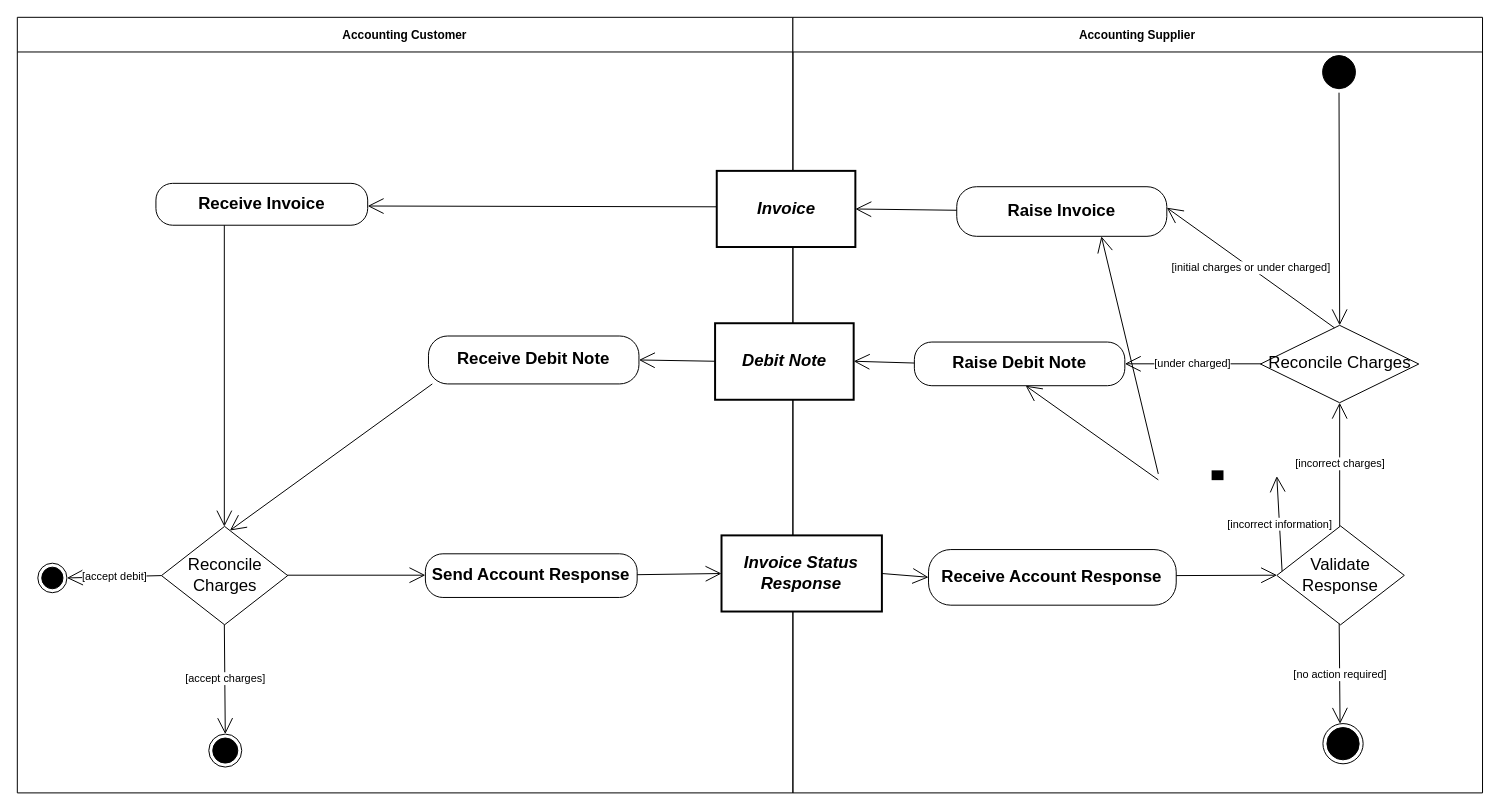
Above: diagrams/UBL-2.5-BillingwithDebitNoteProcess/UBL-2.5-BillingwithDebitNoteProcess.drawio in kduvekot/ubl-work-on-svg-images (draw.io), before the change. Source tidied: cells renumbered, new cells numbered last; positions are measured from the earlier drawing's top-left corner, leaving out a move shared by most shapes. Both pictures are drawn from the tidied source at 99%, with x=0, y=0 at pixel (17, 17).
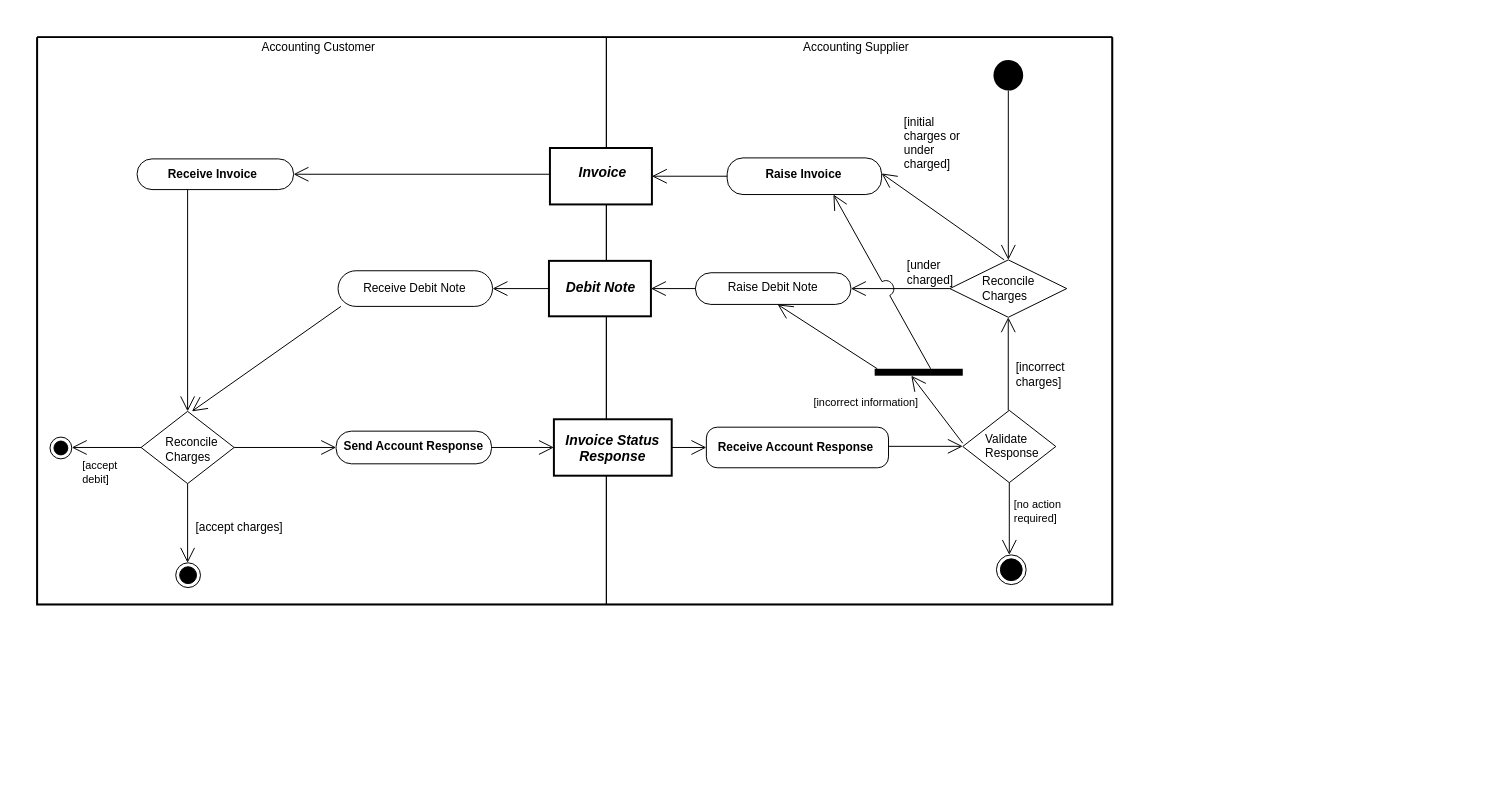
After the change.

What changed in the source:
```diff
@@
+    <mxCell id="41" style="swimlane;html=1;startSize=0;whiteSpace=wrap;fillColor=none;strokeWidth=2;" parent="1" vertex="1">
+      <mxGeometry x="20" y="20" width="1086" height="573" as="geometry" />
+    </mxCell>
-    <mxCell id="2" value="Accounting Customer" style="swimlane;whiteSpace=wrap;html=1;startSize=35;" parent="1" vertex="1">
-      <mxGeometry width="783.4" height="783.4" as="geometry" />
+    <mxCell id="2" value="Accounting Customer" style="swimlane;horizontal=1;startSize=21;swimlaneLine=0;html=1;fillColor=none;fontSize=12;fontStyle=0;spacing=0;spacingRight=7;" parent="41" vertex="1">
+      <mxGeometry width="575" height="573" as="geometry" />
     </mxCell>
-    <mxCell id="3" value="Accounting Supplier" style="swimlane;whiteSpace=wrap;html=1;startSize=35;" parent="1" vertex="1">
-      <mxGeometry x="783.4" width="696.6" height="783.4" as="geometry" />
+    <mxCell id="3" value="Accounting Supplier" style="swimlane;horizontal=1;startSize=21;swimlaneLine=0;html=1;fillColor=none;fontSize=12;fontStyle=0;spacing=0;spacingRight=7;" parent="41" vertex="1">
+      <mxGeometry x="575" width="511" height="573" as="geometry" />
     </mxCell>
-    <mxCell id="4" style="ellipse;html=1;shape=startState;fillColor=#000000;strokeColor=#000000;fontFamily=Helvetica;fontSize=17;" parent="1" vertex="1">
-      <mxGeometry x="1314.5" y="34.6" width="41.1" height="41.5" as="geometry" />
+    <mxCell id="4" style="ellipse;shape=startState;fillColor=#000000;strokeColor=none;html=1;" parent="3" vertex="1">
+      <mxGeometry x="387" y="19" width="38" height="39" as="geometry" />
     </mxCell>
-    <mxCell id="5" value="Invoice" style="rounded=0;whiteSpace=wrap;html=1;fontStyle=3;strokeWidth=2;fontFamily=Helvetica;fontSize=17;" parent="1" vertex="1">
-      <mxGeometry x="706.5" y="155.1" width="140" height="76.9" as="geometry" />
+    <mxCell id="5" value="Invoice" style="rounded=0;html=1;whiteSpace=nowrap;fontSize=14;fontStyle=3;align=center;verticalAlign=middle;spacing=0;spacingLeft=2;spacingBottom=7;strokeWidth=2;" parent="3" vertex="1">
+      <mxGeometry x="-57" y="112" width="103" height="57" as="geometry" />
     </mxCell>
-    <mxCell id="6" value="Receive Invoice" style="rounded=1;arcSize=40;whiteSpace=wrap;html=1;fontStyle=1;fontFamily=Helvetica;fontSize=17;" parent="1" vertex="1">
-      <mxGeometry x="140" y="167.7" width="213.9" height="42.3" as="geometry" />
+    <mxCell id="6" value="Receive Invoice" style="rounded=1;absoluteArcSize=1;arcSize=30;html=1;whiteSpace=nowrap;fontSize=12;fontStyle=1;align=center;verticalAlign=middle;spacing=0;spacingRight=6;spacingTop=1;" parent="2" vertex="1">
+      <mxGeometry x="101" y="123" width="158" height="31" as="geometry" />
     </mxCell>
-    <mxCell id="7" value="Raise Invoice" style="rounded=1;arcSize=40;whiteSpace=wrap;html=1;fontStyle=1;fontFamily=Helvetica;fontSize=17;" parent="1" vertex="1">
-      <mxGeometry x="948.9" y="171.1" width="212.2" height="50.1" as="geometry" />
+    <mxCell id="7" value="Raise Invoice" style="rounded=1;absoluteArcSize=1;arcSize=32;html=1;whiteSpace=nowrap;fontSize=12;fontStyle=1;align=center;verticalAlign=middle;spacing=0;spacingRight=3;spacingBottom=4;" parent="3" vertex="1">
+      <mxGeometry x="122" y="122" width="156" height="37" as="geometry" />
     </mxCell>
-    <mxCell id="8" value="Debit Note" style="rounded=0;whiteSpace=wrap;html=1;fontStyle=3;strokeWidth=2;fontFamily=Helvetica;fontSize=17;" parent="1" vertex="1">
-      <mxGeometry x="704.8" y="309" width="140" height="77.3" as="geometry" />
+    <mxCell id="8" value="Debit Note" style="rounded=0;html=1;whiteSpace=nowrap;fontSize=14;fontStyle=3;align=center;verticalAlign=middle;spacing=0;spacingLeft=1;spacingBottom=3;strokeWidth=2;" parent="3" vertex="1">
+      <mxGeometry x="-58" y="226" width="103" height="56" as="geometry" />
     </mxCell>
-    <mxCell id="9" value="Reconcile Charges" style="rhombus;whiteSpace=wrap;html=1;fontFamily=Helvetica;fontSize=17;" parent="1" vertex="1">
-      <mxGeometry x="1255.7" y="311.1" width="159.9" height="78.2" as="geometry" />
+    <mxCell id="9" value="Reconcile&lt;br&gt;Charges" style="rhombus;html=1;whiteSpace=nowrap;fontSize=12;fontStyle=0;align=left;verticalAlign=middle;spacing=0;spacingLeft=33;" parent="3" vertex="1">
+      <mxGeometry x="347" y="225" width="118" height="58" as="geometry" />
     </mxCell>
-    <mxCell id="10" value="Receive Debit Note" style="rounded=1;arcSize=40;whiteSpace=wrap;html=1;fontStyle=1;fontFamily=Helvetica;fontSize=17;" parent="1" vertex="1">
-      <mxGeometry x="415.3" y="321.9" width="212.6" height="48.4" as="geometry" />
+    <mxCell id="10" value="Receive Debit Note" style="rounded=1;absoluteArcSize=1;arcSize=36;html=1;whiteSpace=nowrap;fontSize=12;fontStyle=0;align=center;verticalAlign=middle;spacing=0;spacingRight=2;spacingBottom=1;" parent="2" vertex="1">
+      <mxGeometry x="304" y="236" width="156" height="36" as="geometry" />
     </mxCell>
-    <mxCell id="11" value="Raise Debit Note" style="rounded=1;arcSize=40;whiteSpace=wrap;html=1;fontStyle=1;fontFamily=Helvetica;fontSize=17;" parent="1" vertex="1">
-      <mxGeometry x="906.1" y="328" width="212.6" height="44.1" as="geometry" />
+    <mxCell id="11" value="Raise Debit Note" style="rounded=1;absoluteArcSize=1;arcSize=31;html=1;whiteSpace=nowrap;fontSize=12;fontStyle=0;align=center;verticalAlign=middle;spacing=0;spacingRight=1;spacingBottom=2;" parent="3" vertex="1">
+      <mxGeometry x="90" y="238" width="157" height="32" as="geometry" />
     </mxCell>
-    <mxCell id="12" style="html=1;shape=line;direction=north;strokeWidth=12;fontFamily=Helvetica;fontSize=17;" parent="1" vertex="1">
-      <mxGeometry x="1152.5" y="457.6" width="119.7" height="9.9" as="geometry" />
+    <mxCell id="12" style="html=1;points=[[0.0295,0],[0.4154,1],[0.6356,0]];perimeter=orthogonalPerimeter;fillColor=#000000;strokeColor=none;" parent="3" vertex="1">
+      <mxGeometry x="271" y="335" width="89" height="7" as="geometry" />
     </mxCell>
-    <mxCell id="13" value="Validate Response" style="rhombus;whiteSpace=wrap;html=1;fontFamily=Helvetica;fontSize=17;" parent="1" vertex="1">
-      <mxGeometry x="1272.2" y="513.8" width="128.8" height="99.8" as="geometry" />
+    <mxCell id="13" value="Validate&lt;br&gt;Response" style="rhombus;html=1;whiteSpace=nowrap;fontSize=12;fontStyle=0;align=left;verticalAlign=middle;spacing=0;spacingLeft=23;spacingBottom=2;" parent="3" vertex="1">
+      <mxGeometry x="360" y="377" width="94" height="73" as="geometry" />
     </mxCell>
-    <mxCell id="14" value="Reconcile Charges" style="rhombus;whiteSpace=wrap;html=1;fontFamily=Helvetica;fontSize=17;" parent="1" vertex="1">
-      <mxGeometry x="145.6" y="514.2" width="127.5" height="99.4" as="geometry" />
+    <mxCell id="14" value="Reconcile&lt;br&gt;Charges" style="rhombus;html=1;whiteSpace=nowrap;fontSize=12;fontStyle=0;align=left;verticalAlign=middle;spacing=0;spacingLeft=25;spacingTop=4;" parent="2" vertex="1">
+      <mxGeometry x="105" y="378" width="94" height="73" as="geometry" />
     </mxCell>
-    <mxCell id="15" value="Invoice Status Response" style="rounded=0;whiteSpace=wrap;html=1;fontStyle=3;strokeWidth=2;fontFamily=Helvetica;fontSize=17;" parent="1" vertex="1">
-      <mxGeometry x="711.3" y="523.3" width="162" height="76.9" as="geometry" />
+    <mxCell id="15" value="Invoice Status&lt;br&gt;Response" style="rounded=0;html=1;whiteSpace=nowrap;fontSize=14;fontStyle=3;align=center;verticalAlign=middle;spacing=0;spacingRight=1;spacingTop=1;strokeWidth=2;" parent="3" vertex="1">
+      <mxGeometry x="-53" y="386" width="119" height="57" as="geometry" />
     </mxCell>
-    <mxCell id="16" value="Receive Account Response" style="rounded=1;arcSize=40;whiteSpace=wrap;html=1;fontStyle=1;fontFamily=Helvetica;fontSize=17;" parent="1" vertex="1">
-      <mxGeometry x="920.4" y="537.6" width="250.2" height="56.2" as="geometry" />
+    <mxCell id="16" value="Receive Account Response" style="rounded=1;absoluteArcSize=1;arcSize=22;html=1;whiteSpace=nowrap;fontSize=12;fontStyle=1;align=center;verticalAlign=middle;spacing=0;spacingRight=4;spacingTop=1;" parent="3" vertex="1">
+      <mxGeometry x="101" y="394" width="184" height="41" as="geometry" />
     </mxCell>
-    <mxCell id="17" value="Send Account Response" style="rounded=1;arcSize=40;whiteSpace=wrap;html=1;fontStyle=1;fontFamily=Helvetica;fontSize=17;" parent="1" vertex="1">
-      <mxGeometry x="412.2" y="541.9" width="213.9" height="44.1" as="geometry" />
+    <mxCell id="17" value="Send Account Response" style="rounded=1;absoluteArcSize=1;arcSize=31;html=1;whiteSpace=nowrap;fontSize=12;fontStyle=1;align=center;verticalAlign=middle;spacing=0;spacingRight=2;spacingBottom=1;" parent="2" vertex="1">
+      <mxGeometry x="302" y="398" width="157" height="33" as="geometry" />
     </mxCell>
-    <mxCell id="18" style="ellipse;html=1;shape=endState;fillColor=#000000;strokeColor=#000000;fontFamily=Helvetica;fontSize=17;" parent="1" vertex="1">
-      <mxGeometry x="20.7" y="551.4" width="29.4" height="29.8" as="geometry" />
+    <mxCell id="18" style="ellipse;shape=endState;fillColor=#000000;html=1;" parent="2" vertex="1">
+      <mxGeometry x="13" y="404" width="22" height="22" as="geometry" />
     </mxCell>
-    <mxCell id="19" style="ellipse;html=1;shape=endState;fillColor=#000000;strokeColor=#000000;fontFamily=Helvetica;fontSize=17;" parent="1" vertex="1">
-      <mxGeometry x="1318.8" y="713.4" width="40.6" height="40.6" as="geometry" />
+    <mxCell id="19" style="ellipse;shape=endState;fillColor=#000000;html=1;" parent="3" vertex="1">
+      <mxGeometry x="394" y="523" width="30" height="30" as="geometry" />
     </mxCell>
-    <mxCell id="20" style="ellipse;html=1;shape=endState;fillColor=#000000;strokeColor=#000000;fontFamily=Helvetica;fontSize=17;" parent="1" vertex="1">
-      <mxGeometry x="193.4" y="724" width="33.3" height="33.3" as="geometry" />
+    <mxCell id="20" style="ellipse;shape=endState;fillColor=#000000;html=1;" parent="2" vertex="1">
+      <mxGeometry x="140" y="531" width="25" height="25" as="geometry" />
     </mxCell>
-    <mxCell id="21" style="edgeStyle=none;rounded=0;html=1;endArrow=open;endFill=0;endSize=14;exitX=0.5158;exitY=1.0;entryX=0.5003;entryY=0.0;" parent="1" edge="1" source="4" target="9">
+    <mxCell id="21" style="edgeStyle=none;rounded=0;html=1;endArrow=open;endFill=0;endSize=13;exitPerimeter=0;entryX=0.5;entryY=0;entryPerimeter=0;exitX=0.5;exitY=0.8961;" parent="3" edge="1" source="4" target="9">
       <mxGeometry relative="1" as="geometry" />
     </mxCell>
-    <mxCell id="22" style="edgeStyle=none;rounded=0;html=1;endArrow=open;endFill=0;endSize=14;exitX=0.0;exitY=0.472;entryX=1.0;entryY=0.5414;" parent="1" edge="1" source="5" target="6">
+    <mxCell id="22" style="edgeStyle=none;rounded=0;html=1;endArrow=open;endFill=0;endSize=13;exitPerimeter=0;entryX=1;entryY=0.5;entryPerimeter=0;exitX=0;exitY=0.464912;" parent="41" edge="1" source="5" target="6">
       <mxGeometry relative="1" as="geometry" />
     </mxCell>
-    <mxCell id="23" style="edgeStyle=none;rounded=0;html=1;endArrow=open;endFill=0;endSize=14;exitX=0.0;exitY=0.475;entryX=1.0;entryY=0.5007;" parent="1" edge="1" source="7" target="5">
+    <mxCell id="23" style="edgeStyle=none;rounded=0;html=1;endArrow=open;endFill=0;endSize=13;exitX=0;exitY=0.5;exitPerimeter=0;entryX=1;entryY=0.5;entryPerimeter=0;" parent="3" edge="1" source="7" target="5">
       <mxGeometry relative="1" as="geometry" />
     </mxCell>
-    <mxCell id="24" value="[initial charges or under charged]" style="edgeStyle=none;rounded=0;html=1;endArrow=open;endFill=0;endSize=14;exitX=0.4653;exitY=0.0;entryX=1.0;entryY=0.4232;" parent="1" edge="1" source="9" target="7">
-      <mxGeometry relative="1" as="geometry" />
+    <mxCell id="24" value="[initial&lt;br&gt;charges or&lt;br&gt;under&lt;br&gt;charged]" style="edgeStyle=none;rounded=0;html=1;endArrow=open;endFill=0;endSize=13;exitX=0.4647;exitY=0;exitPerimeter=0;entryX=1;entryY=0.4228;entryPerimeter=0;fontSize=12;fontStyle=0;align=left;verticalAlign=middle;labelBackgroundColor=none;" parent="3" edge="1" source="9" target="7">
+      <mxGeometry x="1" relative="1" as="geometry">
+        <mxPoint x="21" y="-30" as="offset" />
+      </mxGeometry>
     </mxCell>
-    <mxCell id="25" style="edgeStyle=none;rounded=0;html=1;endArrow=open;endFill=0;endSize=14;exitX=0.323;exitY=1.0;entryX=0.498;entryY=0.0;" parent="1" edge="1" source="6" target="14">
+    <mxCell id="25" style="edgeStyle=none;rounded=0;html=1;endArrow=open;endFill=0;endSize=13;exitPerimeter=0;entryX=0.5;entryY=0;entryPerimeter=0;exitX=0.322785;exitY=1;" parent="2" edge="1" source="6" target="14">
       <mxGeometry relative="1" as="geometry" />
     </mxCell>
-    <mxCell id="26" style="edgeStyle=none;rounded=0;html=1;endArrow=open;endFill=0;endSize=14;exitX=0.6349;exitY=0.0;entryX=0.6885;entryY=1.0;" parent="1" edge="1" source="12" target="7">
-      <mxGeometry relative="1" as="geometry" />
-    </mxCell>
-    <mxCell id="27" value="[under charged]" style="edgeStyle=none;rounded=0;html=1;endArrow=open;endFill=0;endSize=14;exitX=0.0;exitY=0.4974;entryX=1.0;entryY=0.4989;" parent="1" edge="1" source="9" target="11">
-      <mxGeometry relative="1" as="geometry" />
+    <mxCell id="27" value="[under&lt;br&gt;charged]" style="edgeStyle=none;rounded=0;html=1;endArrow=open;endFill=0;endSize=13;exitX=0;exitY=0.5;exitPerimeter=0;entryX=1;entryY=0.5;entryPerimeter=0;fontSize=12;fontStyle=0;align=left;verticalAlign=middle;labelBackgroundColor=none;" parent="3" edge="1" source="9" target="11">
+      <mxGeometry x="-0.1" relative="1" as="geometry">
+        <mxPoint y="-16" as="offset" />
+      </mxGeometry>
     </mxCell>
-    <mxCell id="28" style="edgeStyle=none;rounded=0;html=1;endArrow=open;endFill=0;endSize=14;exitX=0.0;exitY=0.4968;entryX=1.0;entryY=0.5;" parent="1" edge="1" source="8" target="10">
+    <mxCell id="28" style="edgeStyle=none;rounded=0;html=1;endArrow=open;endFill=0;endSize=13;exitX=0;exitY=0.5;exitPerimeter=0;entryX=1;entryY=0.5;entryPerimeter=0;" parent="41" edge="1" source="8" target="10">
       <mxGeometry relative="1" as="geometry" />
     </mxCell>
-    <mxCell id="29" style="edgeStyle=none;rounded=0;html=1;endArrow=open;endFill=0;endSize=14;exitX=0.0;exitY=0.4807;entryX=1.0;entryY=0.4968;" parent="1" edge="1" source="11" target="8">
+    <mxCell id="29" style="edgeStyle=none;rounded=0;html=1;endArrow=open;endFill=0;endSize=13;exitX=0;exitY=0.5;exitPerimeter=0;entryX=1;entryY=0.5;entryPerimeter=0;" parent="3" edge="1" source="11" target="8">
       <mxGeometry relative="1" as="geometry" />
     </mxCell>
-    <mxCell id="30" style="edgeStyle=none;rounded=0;html=1;endArrow=open;endFill=0;endSize=14;exitX=0.0183;exitY=1.0;entryX=0.5459;entryY=0.0;" parent="1" edge="1" source="10" target="14">
+    <mxCell id="30" style="edgeStyle=none;rounded=0;html=1;endArrow=open;endFill=0;endSize=13;exitX=0.0185;exitY=1;exitPerimeter=0;entryX=0.5458;entryY=0;entryPerimeter=0;" parent="2" edge="1" source="10" target="14">
       <mxGeometry relative="1" as="geometry" />
     </mxCell>
-    <mxCell id="31" style="edgeStyle=none;rounded=0;html=1;endArrow=open;endFill=0;endSize=14;exitX=0.0284;exitY=0.0;entryX=0.5287;entryY=1.0;" parent="1" edge="1" source="12" target="11">
+    <mxCell id="31" style="edgeStyle=none;rounded=0;html=1;endArrow=open;endFill=0;endSize=13;exitX=0.0295;exitY=0;exitPerimeter=0;entryX=0.5284;entryY=1;entryPerimeter=0;" parent="3" edge="1" source="12" target="11">
       <mxGeometry relative="1" as="geometry" />
     </mxCell>
-    <mxCell id="32" value="[incorrect charges]" style="edgeStyle=none;rounded=0;html=1;endArrow=open;endFill=0;endSize=14;exitX=0.493;exitY=0.0;entryX=0.5003;entryY=1.0;" parent="1" edge="1" source="13" target="9">
-      <mxGeometry relative="1" as="geometry" />
+    <mxCell id="32" value="[incorrect&lt;br&gt;charges]" style="edgeStyle=none;rounded=0;html=1;endArrow=open;endFill=0;endSize=13;exitPerimeter=0;entryX=0.4996;entryY=1;entryPerimeter=0;fontSize=12;fontStyle=0;align=left;verticalAlign=middle;labelBackgroundColor=none;exitX=0.48886;exitY=0;" parent="3" edge="1" source="13" target="9">
+      <mxGeometry x="-0.24" relative="1" as="geometry">
+        <mxPoint x="6" as="offset" />
+      </mxGeometry>
     </mxCell>
-    <mxCell id="33" value="[incorrect information]" style="edgeStyle=none;rounded=0;html=1;endArrow=open;endFill=0;endSize=14;exitX=0.0;exitY=0.4549;entryX=0.4144;entryY=1.0;" parent="1" edge="1" source="13" target="12">
-      <mxGeometry relative="1" as="geometry" />
+    <mxCell id="33" value="[incorrect information]" style="edgeStyle=none;rounded=0;html=1;endArrow=open;endFill=0;endSize=13;exitX=0;exitY=0.4558;exitPerimeter=0;entryX=0.4154;entryY=1;entryPerimeter=0;fontSize=11;fontStyle=0;align=center;verticalAlign=middle;labelBackgroundColor=none;" parent="3" edge="1" source="13" target="12">
+      <mxGeometry x="1" relative="1" as="geometry">
+        <mxPoint x="-46" y="27" as="offset" />
+      </mxGeometry>
     </mxCell>
-    <mxCell id="34" style="edgeStyle=none;rounded=0;html=1;endArrow=open;endFill=0;endSize=14;exitX=1.0;exitY=0.4785;entryX=0.0;entryY=0.5007;" parent="1" edge="1" source="17" target="15">
+    <mxCell id="34" style="edgeStyle=none;rounded=0;html=1;endArrow=open;endFill=0;endSize=13;exitX=1;exitY=0.5;exitPerimeter=0;entryX=0;entryY=0.5;entryPerimeter=0;" parent="41" edge="1" source="17" target="15">
       <mxGeometry relative="1" as="geometry" />
     </mxCell>
-    <mxCell id="35" style="edgeStyle=none;rounded=0;html=1;endArrow=open;endFill=0;endSize=14;exitX=1.0;exitY=0.496;entryX=0.0;entryY=0.4898;" parent="1" edge="1" source="14" target="17">
+    <mxCell id="35" style="edgeStyle=none;rounded=0;html=1;endArrow=open;endFill=0;endSize=13;exitX=1;exitY=0.5;exitPerimeter=0;entryX=0;entryY=0.5;entryPerimeter=0;" parent="2" edge="1" source="14" target="17">
       <mxGeometry relative="1" as="geometry" />
     </mxCell>
-    <mxCell id="36" style="edgeStyle=none;rounded=0;html=1;endArrow=open;endFill=0;endSize=14;exitX=1.0;exitY=0.5007;entryX=0.0;entryY=0.4982;" parent="1" edge="1" source="15" target="16">
+    <mxCell id="36" style="edgeStyle=none;rounded=0;html=1;endArrow=open;endFill=0;endSize=13;exitX=1;exitY=0.5;exitPerimeter=0;entryX=0;entryY=0.5;entryPerimeter=0;" parent="3" edge="1" source="15" target="16">
       <mxGeometry relative="1" as="geometry" />
     </mxCell>
-    <mxCell id="37" style="edgeStyle=none;rounded=0;html=1;endArrow=open;endFill=0;endSize=14;exitX=1.0;exitY=0.468;entryX=0.0;entryY=0.498;" parent="1" edge="1" source="16" target="13">
+    <mxCell id="37" style="edgeStyle=none;rounded=0;html=1;endArrow=open;endFill=0;endSize=13;exitPerimeter=0;entryX=0;entryY=0.498;entryPerimeter=0;exitX=1;exitY=0.472049;" parent="3" edge="1" source="16" target="13">
       <mxGeometry relative="1" as="geometry" />
     </mxCell>
-    <mxCell id="38" value="[accept debit]" style="edgeStyle=none;rounded=0;html=1;endArrow=open;endFill=0;endSize=14;exitX=0.0;exitY=0.5;entryX=1.0;entryY=0.4765;" parent="1" edge="1" source="14" target="18">
-      <mxGeometry relative="1" as="geometry" />
+    <mxCell id="38" value="[accept&lt;br&gt;debit]" style="edgeStyle=none;rounded=0;html=1;endArrow=open;endFill=0;endSize=13;exitX=0;exitY=0.5;exitPerimeter=0;entryPerimeter=0;fontSize=11;fontStyle=0;align=left;verticalAlign=middle;labelBackgroundColor=none;entryX=1;entryY=0.477273;" parent="2" edge="1" source="14" target="18">
+      <mxGeometry x="0.74" relative="1" as="geometry">
+        <mxPoint y="25" as="offset" />
+      </mxGeometry>
     </mxCell>
-    <mxCell id="39" value="[accept charges]" style="edgeStyle=none;rounded=0;html=1;endArrow=open;endFill=0;endSize=14;exitX=0.498;exitY=1.0;entryX=0.4715;entryY=0.0;" parent="1" edge="1" source="14" target="20">
-      <mxGeometry relative="1" as="geometry" />
+    <mxCell id="39" value="[accept charges]" style="edgeStyle=none;rounded=0;html=1;endArrow=open;endFill=0;endSize=13;exitX=0.5;exitY=1;exitPerimeter=0;entryPerimeter=0;fontSize=12;fontStyle=0;align=center;verticalAlign=middle;labelBackgroundColor=none;entryX=0.48;entryY=0;" parent="2" edge="1" source="14" target="20">
+      <mxGeometry x="0.11" relative="1" as="geometry">
+        <mxPoint x="52" as="offset" />
+      </mxGeometry>
     </mxCell>
-    <mxCell id="40" value="[no action required]" style="edgeStyle=none;rounded=0;html=1;endArrow=open;endFill=0;endSize=14;exitX=0.4891;exitY=1.0;entryX=0.4261;entryY=0.0;" parent="1" edge="1" source="13" target="19">
-      <mxGeometry relative="1" as="geometry" />
+    <mxCell id="40" value="[no action&lt;br&gt;required]" style="edgeStyle=none;rounded=0;html=1;endArrow=open;endFill=0;endSize=13;exitX=0.5;exitY=1;exitPerimeter=0;entryPerimeter=0;fontSize=11;fontStyle=0;align=left;verticalAlign=middle;labelBackgroundColor=none;entryX=0.433333;entryY=0;" parent="3" edge="1" source="13" target="19">
+      <mxGeometry x="-0.2" relative="1" as="geometry">
+        <mxPoint x="3" as="offset" />
+      </mxGeometry>
     </mxCell>
+    <mxCell id="26" style="edgeStyle=none;rounded=0;html=1;endArrow=open;endFill=0;endSize=13;exitX=0.6356;exitY=0;exitPerimeter=0;entryX=0.6882;entryY=1;entryPerimeter=0;jumpStyle=arc;jumpSize=16;" parent="3" edge="1" source="12" target="7">
+      <mxGeometry relative="1" as="geometry" />
+    </mxCell>
```
